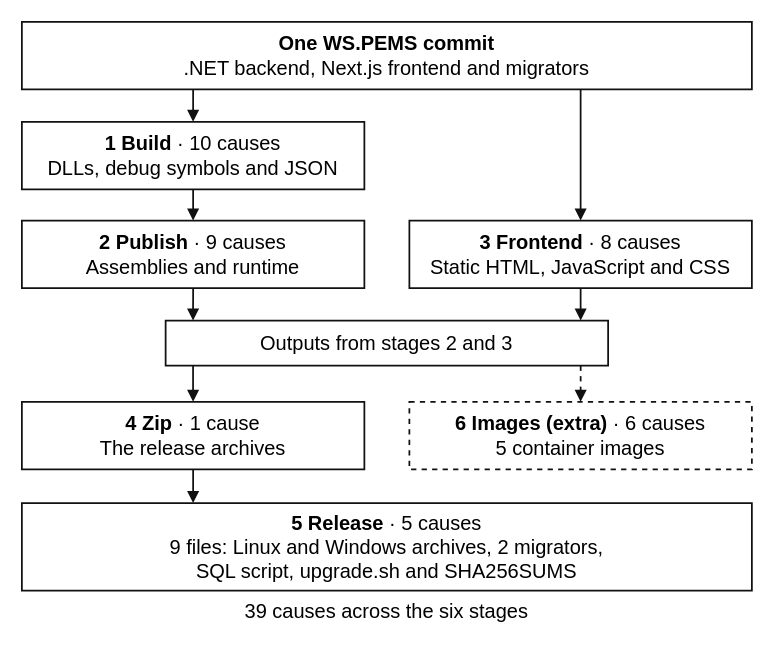
The draw.io diagram 1-ws-pems/figures/rq1-stages-overview.drawio in leosakharoff/dotnet-rebuild-experiments, before the edit. Source tidied: cells renumbered, new cells numbered last; positions are measured from the earlier drawing's top-left corner, leaving out a move shared by most shapes. Both pictures are drawn from the tidied source at 125%, with x=0, y=0 at pixel (21, 21).
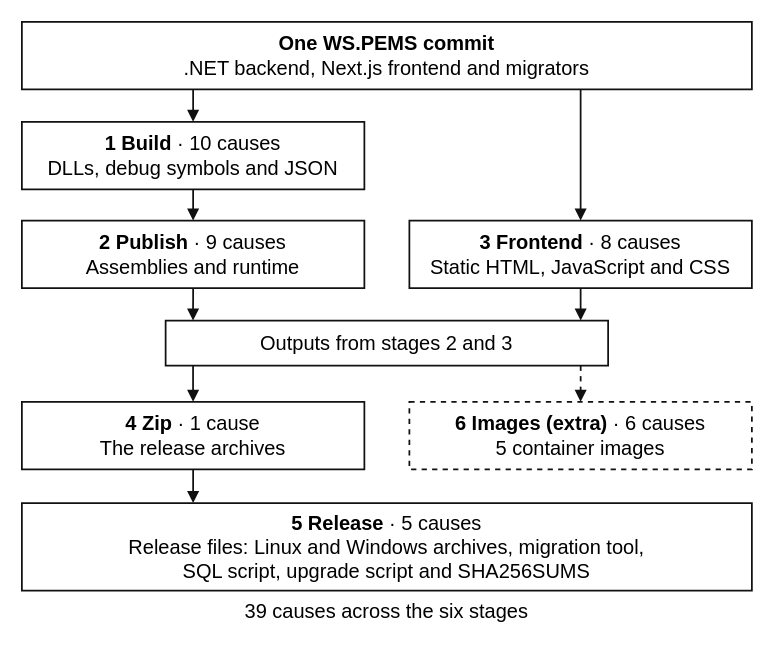
The same diagram, later.

Commit message (it also covers changes not shown here):
RQ1 figures: an overview after Lamb and Zacchiroli, a simplified repository tree; release files without counts

Diff of the diagram source:
```diff
@@
 <mxGraphModel background="#FFFFFF">
   <root>
     <mxCell id="0" />
     <mxCell id="1" parent="0" />
     <mxCell id="2" value="&lt;b&gt;One WS.PEMS commit&lt;/b&gt;&lt;br&gt;.NET backend, Next.js frontend and migrators" style="rounded=0;html=1;whiteSpace=wrap;align=center;verticalAlign=middle;spacing=4;fontFamily=Helvetica;fontSize=16;fontColor=#000000;fillColor=#ffffff;strokeColor=#111111;strokeWidth=1.4;" parent="1" vertex="1">
       <mxGeometry width="584" height="54" as="geometry" />
     </mxCell>
     <mxCell id="3" value="&lt;b&gt;1 Build&lt;/b&gt; · 10 causes&lt;br&gt;DLLs, debug symbols and JSON" style="rounded=0;html=1;whiteSpace=wrap;align=center;verticalAlign=middle;spacing=4;fontFamily=Helvetica;fontSize=16;fontColor=#000000;fillColor=#ffffff;strokeColor=#111111;strokeWidth=1.4;" parent="1" vertex="1">
       <mxGeometry y="80" width="274" height="54" as="geometry" />
     </mxCell>
     <mxCell id="4" value="&lt;b&gt;2 Publish&lt;/b&gt; · 9 causes&lt;br&gt;Assemblies and runtime" style="rounded=0;html=1;whiteSpace=wrap;align=center;verticalAlign=middle;spacing=4;fontFamily=Helvetica;fontSize=16;fontColor=#000000;fillColor=#ffffff;strokeColor=#111111;strokeWidth=1.4;" parent="1" vertex="1">
       <mxGeometry y="159" width="274" height="54" as="geometry" />
     </mxCell>
     <mxCell id="5" value="&lt;b&gt;3 Frontend&lt;/b&gt; · 8 causes&lt;br&gt;Static HTML, JavaScript and CSS" style="rounded=0;html=1;whiteSpace=wrap;align=center;verticalAlign=middle;spacing=4;fontFamily=Helvetica;fontSize=16;fontColor=#000000;fillColor=#ffffff;strokeColor=#111111;strokeWidth=1.4;" parent="1" vertex="1">
       <mxGeometry x="310" y="159" width="274" height="54" as="geometry" />
     </mxCell>
     <mxCell id="6" value="Outputs from stages 2 and 3" style="rounded=0;html=1;whiteSpace=wrap;align=center;verticalAlign=middle;spacing=4;fontFamily=Helvetica;fontSize=16;fontColor=#000000;fillColor=#ffffff;strokeColor=#111111;strokeWidth=1.4;" parent="1" vertex="1">
       <mxGeometry x="115" y="239" width="354" height="36" as="geometry" />
     </mxCell>
     <mxCell id="7" value="&lt;b&gt;4 Zip&lt;/b&gt; · 1 cause&lt;br&gt;The release archives" style="rounded=0;html=1;whiteSpace=wrap;align=center;verticalAlign=middle;spacing=4;fontFamily=Helvetica;fontSize=16;fontColor=#000000;fillColor=#ffffff;strokeColor=#111111;strokeWidth=1.4;" parent="1" vertex="1">
       <mxGeometry y="304" width="274" height="54" as="geometry" />
     </mxCell>
     <mxCell id="8" value="&lt;b&gt;6 Images (extra)&lt;/b&gt; · 6 causes&lt;br&gt;5 container images" style="rounded=0;html=1;whiteSpace=wrap;align=center;verticalAlign=middle;spacing=4;fontFamily=Helvetica;fontSize=16;fontColor=#000000;fillColor=#ffffff;strokeColor=#111111;strokeWidth=1.4;dashed=1;" parent="1" vertex="1">
       <mxGeometry x="310" y="304" width="274" height="54" as="geometry" />
     </mxCell>
-    <mxCell id="9" value="&lt;b&gt;5 Release&lt;/b&gt; · 5 causes&lt;br&gt;9 files: Linux and Windows archives, 2 migrators,&lt;br&gt;SQL script, upgrade.sh and SHA256SUMS" style="rounded=0;html=1;whiteSpace=wrap;align=center;verticalAlign=middle;spacing=4;fontFamily=Helvetica;fontSize=16;fontColor=#000000;fillColor=#ffffff;strokeColor=#111111;strokeWidth=1.4;" parent="1" vertex="1">
+    <mxCell id="9" value="&lt;b&gt;5 Release&lt;/b&gt; · 5 causes&lt;br&gt;Release files: Linux and Windows archives, migration tool,&lt;br&gt;SQL script, upgrade script and SHA256SUMS" style="rounded=0;html=1;whiteSpace=wrap;align=center;verticalAlign=middle;spacing=4;fontFamily=Helvetica;fontSize=16;fontColor=#000000;fillColor=#ffffff;strokeColor=#111111;strokeWidth=1.4;" parent="1" vertex="1">
       <mxGeometry y="385" width="584" height="70" as="geometry" />
     </mxCell>
     <mxCell id="10" value="39 causes across the six stages" style="rounded=0;html=1;whiteSpace=wrap;align=center;verticalAlign=middle;spacing=4;fontFamily=Helvetica;fontSize=16;fontColor=#000000;fillColor=#ffffff;strokeColor=#111111;strokeWidth=1.4;strokeColor=none;fillColor=none;" parent="1" vertex="1">
       <mxGeometry y="458" width="584" height="26" as="geometry" />
     </mxCell>
     <mxCell id="11" style="edgeStyle=none;rounded=0;html=1;endArrow=block;endFill=1;strokeColor=#111111;strokeWidth=1.4;exitX=0.2346;exitY=1;entryX=0.5;entryY=0;" parent="1" edge="1" source="2" target="3">
       <mxGeometry relative="1" as="geometry" />
     </mxCell>
     <mxCell id="12" style="edgeStyle=none;rounded=0;html=1;endArrow=block;endFill=1;strokeColor=#111111;strokeWidth=1.4;exitX=0.7654;exitY=1;entryX=0.5;entryY=0;" parent="1" edge="1" source="2" target="5">
       <mxGeometry relative="1" as="geometry" />
     </mxCell>
     <mxCell id="13" style="edgeStyle=none;rounded=0;html=1;endArrow=block;endFill=1;strokeColor=#111111;strokeWidth=1.4;exitX=0.5;exitY=1;entryX=0.5;entryY=0;" parent="1" edge="1" source="3" target="4">
       <mxGeometry relative="1" as="geometry" />
     </mxCell>
     <mxCell id="14" style="edgeStyle=none;rounded=0;html=1;endArrow=block;endFill=1;strokeColor=#111111;strokeWidth=1.4;exitX=0.5;exitY=1;entryX=0.062;entryY=0;" parent="1" edge="1" source="4" target="6">
       <mxGeometry relative="1" as="geometry" />
     </mxCell>
     <mxCell id="15" style="edgeStyle=none;rounded=0;html=1;endArrow=block;endFill=1;strokeColor=#111111;strokeWidth=1.4;exitX=0.5;exitY=1;entryX=0.938;entryY=0;" parent="1" edge="1" source="5" target="6">
       <mxGeometry relative="1" as="geometry" />
     </mxCell>
     <mxCell id="16" style="edgeStyle=none;rounded=0;html=1;endArrow=block;endFill=1;strokeColor=#111111;strokeWidth=1.4;exitX=0.062;exitY=1;entryX=0.5;entryY=0;" parent="1" edge="1" source="6" target="7">
       <mxGeometry relative="1" as="geometry" />
     </mxCell>
     <mxCell id="17" style="edgeStyle=none;rounded=0;html=1;endArrow=block;endFill=1;strokeColor=#111111;strokeWidth=1.4;exitX=0.938;exitY=1;entryX=0.5;entryY=0;dashed=1;" parent="1" edge="1" source="6" target="8">
       <mxGeometry relative="1" as="geometry" />
     </mxCell>
     <mxCell id="18" style="edgeStyle=none;rounded=0;html=1;endArrow=block;endFill=1;strokeColor=#111111;strokeWidth=1.4;exitX=0.5;exitY=1;entryX=0.2346;entryY=0;" parent="1" edge="1" source="7" target="9">
       <mxGeometry relative="1" as="geometry" />
     </mxCell>
   </root>
 </mxGraphModel>
```
